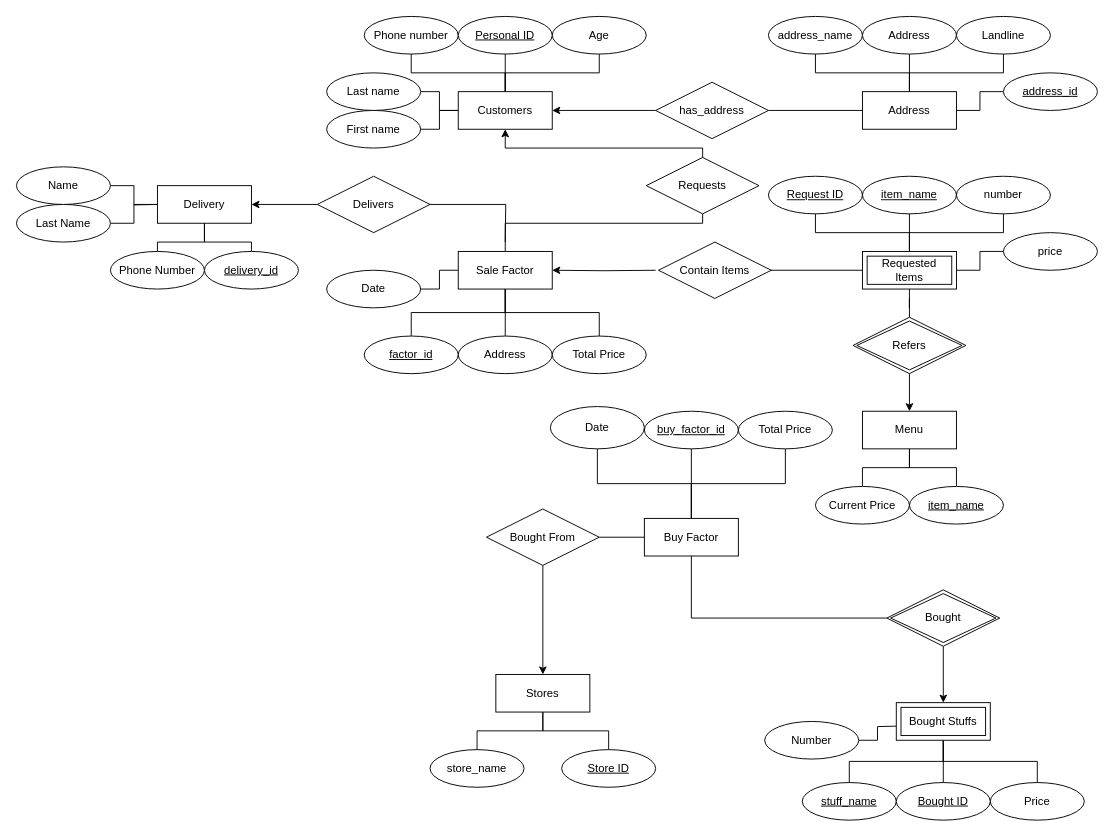
Above: SQL/Final-Project/ERD.drawio in ShayanDeSh/myplayground (draw.io), before the change. Source tidied: cells renumbered, new cells numbered last; positions are measured from the earlier drawing's top-left corner, leaving out a move shared by most shapes. Both pictures are drawn from the tidied source at 94%, with x=0, y=0 at pixel (16, 16).
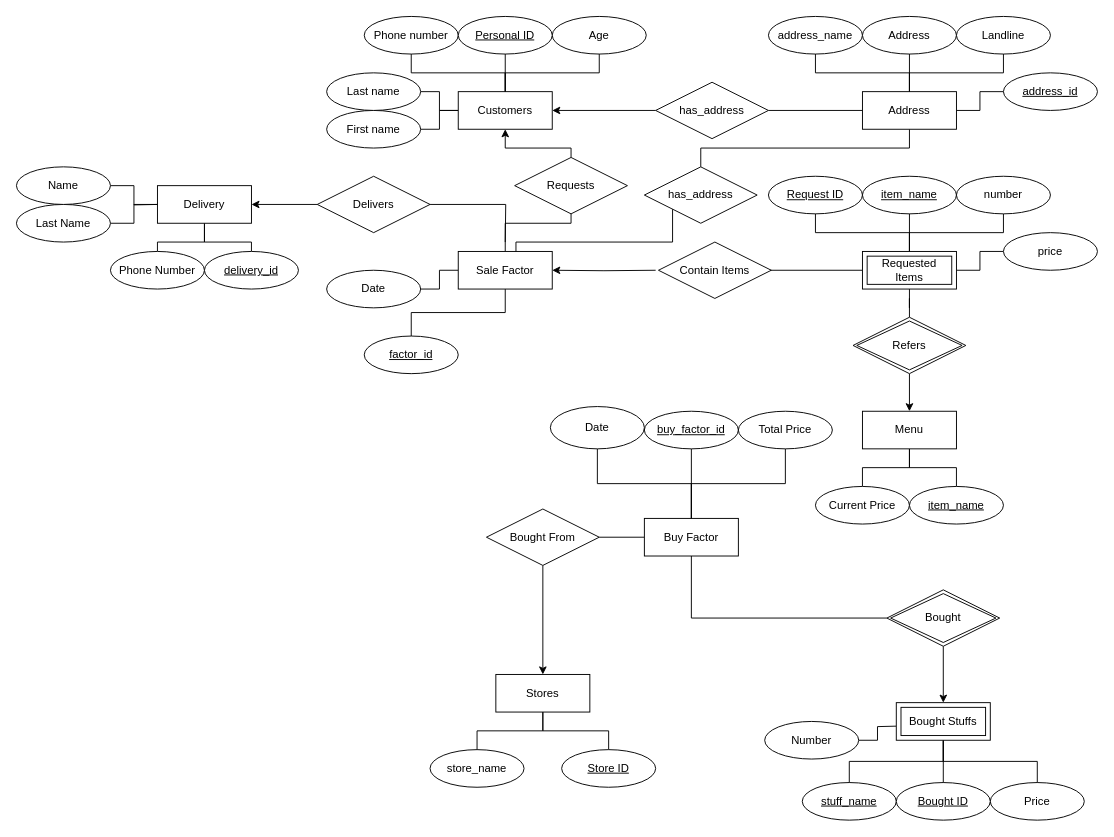
After the change.

Commit message (it also covers changes not shown here):
ERD changed and somde endpoint added

Unchanged cells that the change refers to:
```xml
<mxCell id="9" value="Address" style="whiteSpace=wrap;html=1;align=center;" parent="1" vertex="1">
  <mxGeometry x="900" y="80" width="100" height="40" as="geometry" />
</mxCell>
<mxCell id="30" value="Sale Factor" style="whiteSpace=wrap;html=1;align=center;" parent="1" vertex="1">
  <mxGeometry x="470" y="250" width="100" height="40" as="geometry" />
</mxCell>
```

Diff of the diagram source:
```diff
@@
+    <mxCell id="96" style="edgeStyle=orthogonalEdgeStyle;rounded=0;jettySize=auto;html=1;endArrow=none;endFill=0;" parent="1" edge="1" source="9" target="98">
+      <mxGeometry relative="1" as="geometry">
+        <Array as="points">
+          <mxPoint x="950" y="140" />
+          <mxPoint x="728" y="140" />
+        </Array>
+      </mxGeometry>
+    </mxCell>
@@
     <mxCell id="24" style="edgeStyle=orthogonalEdgeStyle;rounded=0;jettySize=auto;html=1;entryX=0.5;entryY=0;entryDx=0;entryDy=0;startArrow=none;startFill=0;endArrow=none;endFill=0;" parent="1" edge="1" source="25" target="30">
       <mxGeometry relative="1" as="geometry">
         <Array as="points">
-          <mxPoint x="730" y="220" />
+          <mxPoint x="590" y="220" />
           <mxPoint x="520" y="220" />
         </Array>
       </mxGeometry>
     </mxCell>
     <mxCell id="25" value="Requests" style="shape=rhombus;perimeter=rhombusPerimeter;whiteSpace=wrap;html=1;align=center;" parent="1" vertex="1">
-      <mxGeometry x="670" y="150" width="120" height="60" as="geometry" />
+      <mxGeometry x="530" y="150" width="120" height="60" as="geometry" />
     </mxCell>
-    <mxCell id="26" style="edgeStyle=orthogonalEdgeStyle;rounded=0;jettySize=auto;html=1;entryX=0.5;entryY=0;entryDx=0;entryDy=0;endArrow=none;endFill=0;" parent="1" edge="1" source="30" target="33">
-      <mxGeometry relative="1" as="geometry" />
-    </mxCell>
-    <mxCell id="27" style="edgeStyle=orthogonalEdgeStyle;rounded=0;jettySize=auto;html=1;entryX=0.5;entryY=0;entryDx=0;entryDy=0;endArrow=none;endFill=0;" parent="1" edge="1" source="30" target="34">
-      <mxGeometry relative="1" as="geometry" />
-    </mxCell>
@@
+    <mxCell id="97" style="edgeStyle=orthogonalEdgeStyle;rounded=0;jettySize=auto;html=1;entryX=0;entryY=1;entryDx=0;entryDy=0;exitX=0.614;exitY=0.018;exitDx=0;exitDy=0;exitPerimeter=0;endArrow=none;endFill=0;" parent="1" edge="1" source="30" target="98">
+      <mxGeometry relative="1" as="geometry">
+        <Array as="points">
+          <mxPoint x="531" y="240" />
+          <mxPoint x="698" y="240" />
+        </Array>
+      </mxGeometry>
+    </mxCell>
@@
-    <mxCell id="33" value="Address" style="ellipse;whiteSpace=wrap;html=1;align=center;" parent="1" vertex="1">
-      <mxGeometry x="470" y="340" width="100" height="40" as="geometry" />
-    </mxCell>
-    <mxCell id="34" value="Total Price" style="ellipse;whiteSpace=wrap;html=1;align=center;" parent="1" vertex="1">
-      <mxGeometry x="570" y="340" width="100" height="40" as="geometry" />
-    </mxCell>
@@
+    <mxCell id="98" value="has_address" style="shape=rhombus;perimeter=rhombusPerimeter;whiteSpace=wrap;html=1;align=center;" parent="1" vertex="1">
+      <mxGeometry x="668" y="160" width="120" height="60" as="geometry" />
+    </mxCell>
```
